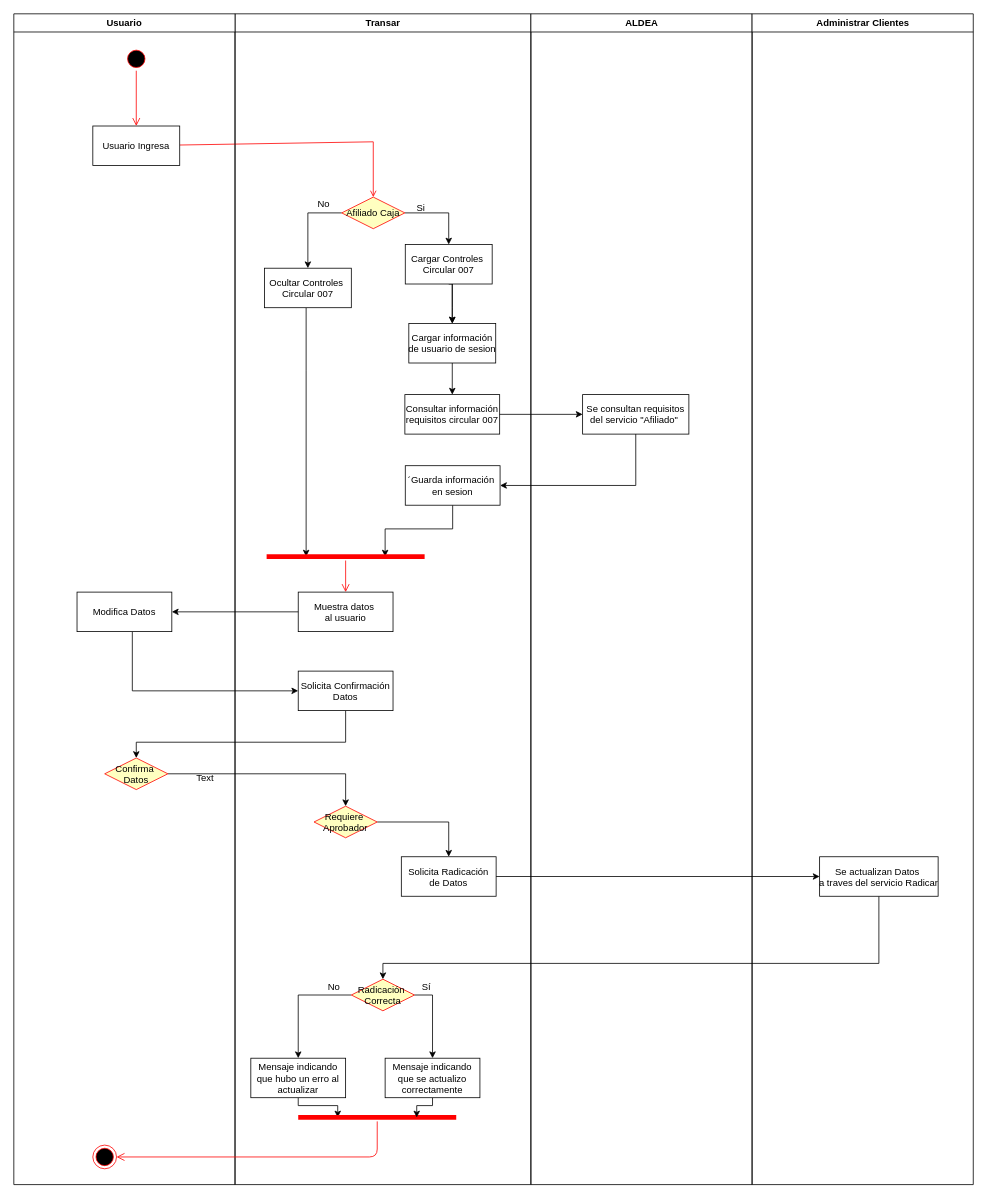
Earlier version of the draw.io diagram Activity Diagram.drawio (carlosvalderrama1204/Circular007). Source tidied: cells renumbered, new cells numbered last; positions are measured from the earlier drawing's top-left corner, leaving out a move shared by most shapes. Both pictures are drawn from the tidied source at 79%, with x=0, y=0 at pixel (13, 13).
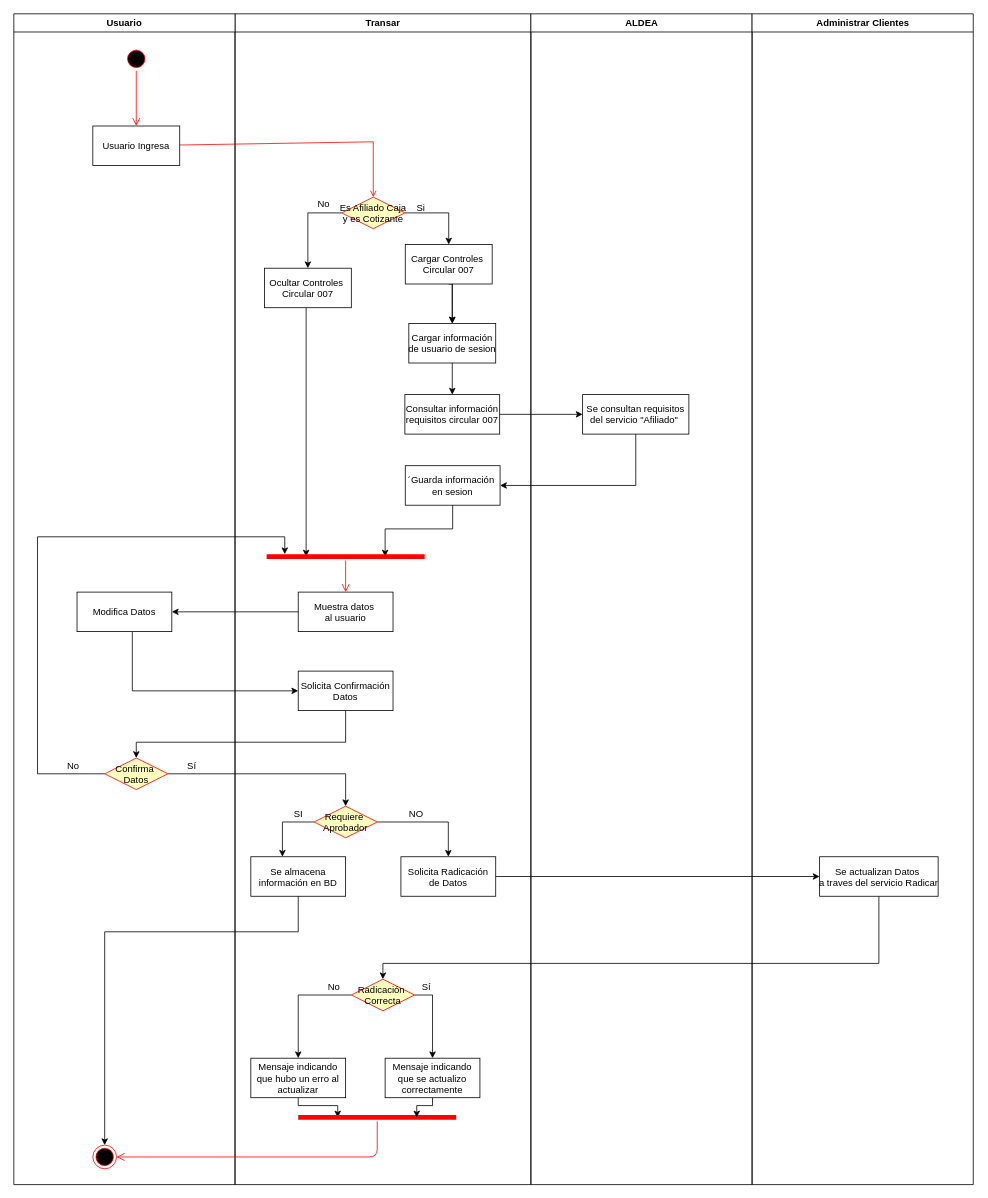
Above is the later version.

The change refers to these unchanged cells:
```xml
<mxCell id="2" value="Transar" style="swimlane;whiteSpace=wrap;" parent="1" vertex="1">
  <mxGeometry x="280" width="374.5" height="1482" as="geometry" />
</mxCell>
<mxCell id="24" style="shape=line;html=1;strokeWidth=6;strokeColor=#ff0000;" parent="2" vertex="1">
  <mxGeometry x="40" y="682" width="200" height="10" as="geometry" />
</mxCell>
<mxCell id="33" value="Usuario" style="swimlane;whiteSpace=wrap;" parent="1" vertex="1">
  <mxGeometry width="280" height="1482" as="geometry" />
</mxCell>
<mxCell id="37" value="Confirma &#10;Datos" style="rhombus;fillColor=#ffffc0;strokeColor=#ff0000;" parent="33" vertex="1">
  <mxGeometry x="115" y="942" width="80" height="40" as="geometry" />
</mxCell>
<mxCell id="39" style="ellipse;html=1;shape=endState;fillColor=#000000;strokeColor=#ff0000;" parent="33" vertex="1">
  <mxGeometry x="100" y="1432" width="30" height="30" as="geometry" />
</mxCell>
<mxCell id="47" value="Requiere &#10;Aprobador" style="rhombus;fillColor=#ffffc0;strokeColor=#ff0000;" parent="1" vertex="1">
  <mxGeometry x="380" y="1003" width="80" height="40" as="geometry" />
</mxCell>
```

The edit, as a diff of the source:
```diff
@@
     <mxCell id="16" value="Solicita Radicación&#10;de Datos" parent="2" vertex="1">
-      <mxGeometry x="210.5" y="1067" width="120" height="50" as="geometry" />
+      <mxGeometry x="210" y="1067" width="120" height="50" as="geometry" />
     </mxCell>
@@
+    <mxCell id="57" value="NO" style="text;html=1;align=center;verticalAlign=middle;" parent="2" vertex="1">
+      <mxGeometry x="214" y="1003" width="30" height="20" as="geometry" />
+    </mxCell>
+    <mxCell id="58" value="SI" style="text;html=1;align=center;verticalAlign=middle;" parent="2" vertex="1">
+      <mxGeometry x="65" y="1003" width="30" height="20" as="geometry" />
+    </mxCell>
+    <mxCell id="59" value="Se almacena&#10;información en BD" parent="2" vertex="1">
+      <mxGeometry x="20" y="1067" width="120" height="50" as="geometry" />
+    </mxCell>
@@
-    <mxCell id="30" value="Afiliado Caja" style="rhombus;fillColor=#ffffc0;strokeColor=#ff0000;" parent="1" vertex="1">
+    <mxCell id="30" value="Es Afiliado Caja&#10;y es Cotizante" style="rhombus;fillColor=#ffffc0;strokeColor=#ff0000;" parent="1" vertex="1">
       <mxGeometry x="415" y="232" width="80" height="40" as="geometry" />
     </mxCell>
@@
-    <mxCell id="38" value="Text" style="text;html=1;align=center;verticalAlign=middle;" parent="33" vertex="1">
-      <mxGeometry x="222" y="957" width="40" height="20" as="geometry" />
+    <mxCell id="38" value="Sí" style="text;html=1;align=center;verticalAlign=middle;" parent="33" vertex="1">
+      <mxGeometry x="210" y="942" width="30" height="20" as="geometry" />
     </mxCell>
@@
+    <mxCell id="60" value="No" style="text;html=1;align=center;verticalAlign=middle;" parent="33" vertex="1">
+      <mxGeometry x="60" y="942" width="30" height="20" as="geometry" />
+    </mxCell>
@@
+    <mxCell id="61" style="edgeStyle=orthogonalEdgeStyle;rounded=0;jettySize=auto;html=1;exitX=0;exitY=0.5;exitDx=0;exitDy=0;" parent="1" edge="1" source="47" target="59">
+      <mxGeometry relative="1" as="geometry">
+        <Array as="points">
+          <mxPoint x="340" y="1023" />
+        </Array>
+      </mxGeometry>
+    </mxCell>
@@
+    <mxCell id="62" style="edgeStyle=orthogonalEdgeStyle;rounded=0;jettySize=auto;html=1;entryX=0.115;entryY=0.205;entryDx=0;entryDy=0;entryPerimeter=0;" parent="1" edge="1" source="37" target="24">
+      <mxGeometry relative="1" as="geometry">
+        <Array as="points">
+          <mxPoint x="30" y="962" />
+          <mxPoint x="30" y="662" />
+          <mxPoint x="343" y="662" />
+        </Array>
+      </mxGeometry>
+    </mxCell>
+    <mxCell id="63" style="edgeStyle=orthogonalEdgeStyle;rounded=0;jettySize=auto;html=1;entryX=0.5;entryY=0;entryDx=0;entryDy=0;exitX=0.5;exitY=1;exitDx=0;exitDy=0;" parent="1" edge="1" source="59" target="39">
+      <mxGeometry relative="1" as="geometry">
+        <Array as="points">
+          <mxPoint x="360" y="1162" />
+          <mxPoint x="115" y="1162" />
+        </Array>
+      </mxGeometry>
+    </mxCell>
```
